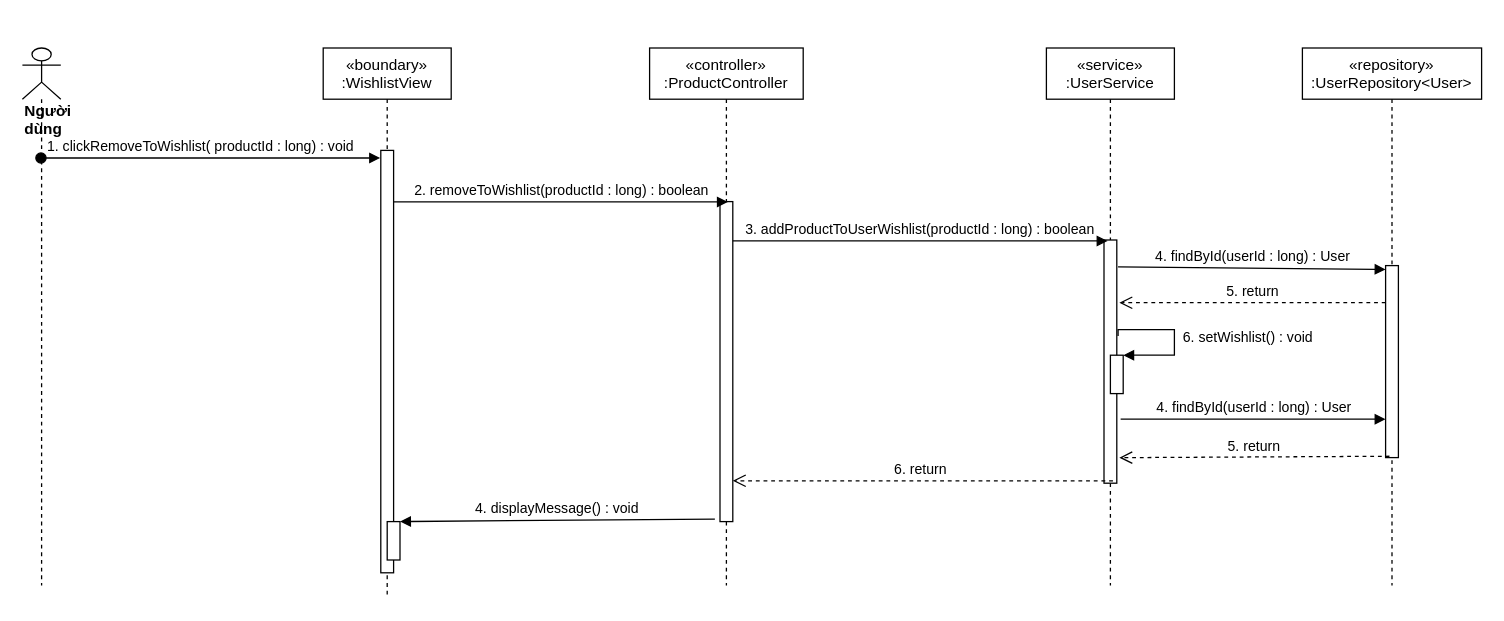
This is sequence diagram/remove-product-to-wishlist-class-diagram.drawio from nguyenphamvan/datn_20202, a draw.io file, before an edit. Source tidied: cells renumbered, new cells numbered last; positions are measured from the earlier drawing's top-left corner, leaving out a move shared by most shapes. Both pictures are drawn from the tidied source at 128%, with x=0, y=0 at pixel (22, 47).
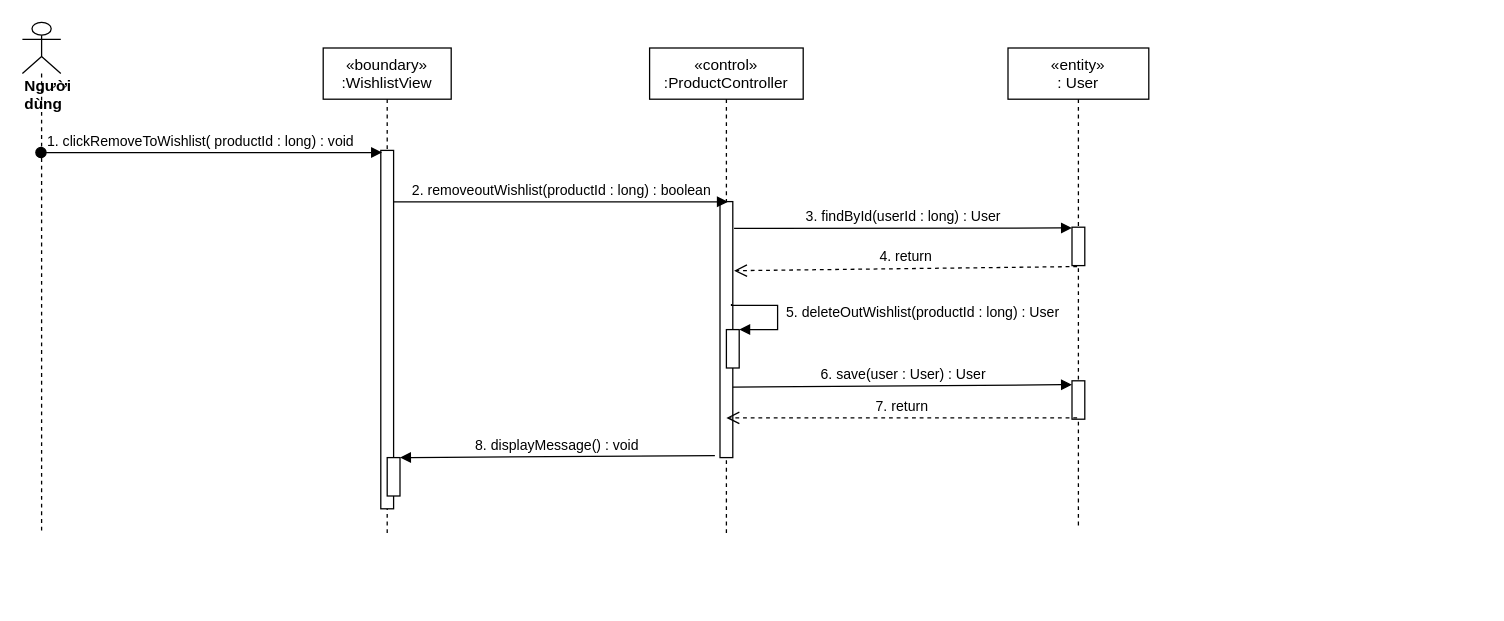
Above is the later version.

The edit, as a diff of the source:
```diff
@@
     <mxCell id="2" value="«boundary»&#10;:WishlistView" style="shape=umlLifeline;perimeter=lifelinePerimeter;rounded=0;shadow=0;strokeWidth=1;" parent="1" vertex="1">
-      <mxGeometry x="235" width="100" height="430" as="geometry" />
+      <mxGeometry x="235" width="100" height="380" as="geometry" />
     </mxCell>
     <mxCell id="3" style="points=[];perimeter=orthogonalPerimeter;rounded=0;shadow=0;strokeWidth=1;" parent="2" vertex="1">
-      <mxGeometry x="45" y="80" width="10" height="330" as="geometry" />
+      <mxGeometry x="45" y="80" width="10" height="280" as="geometry" />
     </mxCell>
     <mxCell id="4" style="html=1;points=[];perimeter=orthogonalPerimeter;" parent="2" vertex="1">
-      <mxGeometry x="50" y="370" width="10" height="30" as="geometry" />
+      <mxGeometry x="50" y="320" width="10" height="30" as="geometry" />
     </mxCell>
-    <mxCell id="5" value="«controller»&#10;:ProductController" style="shape=umlLifeline;perimeter=lifelinePerimeter;rounded=0;shadow=0;strokeWidth=1;" parent="1" vertex="1">
-      <mxGeometry x="490" width="120" height="420" as="geometry" />
+    <mxCell id="5" value="«control»&#10;:ProductController" style="shape=umlLifeline;perimeter=lifelinePerimeter;rounded=0;shadow=0;strokeWidth=1;" parent="1" vertex="1">
+      <mxGeometry x="490" width="120" height="380" as="geometry" />
     </mxCell>
     <mxCell id="6" style="points=[];perimeter=orthogonalPerimeter;rounded=0;shadow=0;strokeWidth=1;" parent="5" vertex="1">
-      <mxGeometry x="55" y="120" width="10" height="250" as="geometry" />
+      <mxGeometry x="55" y="120" width="10" height="200" as="geometry" />
     </mxCell>
     <mxCell id="7" value="&lt;div&gt;&lt;b&gt;Người dùng&lt;/b&gt;&lt;/div&gt;" style="shape=umlLifeline;participant=umlActor;perimeter=lifelinePerimeter;whiteSpace=wrap;html=1;verticalAlign=top;spacingTop=36;outlineConnect=0;align=left;" parent="1" vertex="1">
-      <mxGeometry width="30" height="420" as="geometry" />
+      <mxGeometry y="-20" width="30" height="400" as="geometry" />
     </mxCell>
-    <mxCell id="8" value="1. clickRemoveToWishlist( productId : long) : void" style="verticalAlign=bottom;startArrow=oval;endArrow=block;startSize=8;shadow=0;strokeWidth=1;entryX=-0.05;entryY=0.018;entryDx=0;entryDy=0;entryPerimeter=0;" parent="1" edge="1" source="7" target="3">
+    <mxCell id="8" value="1. clickRemoveToWishlist( productId : long) : void" style="verticalAlign=bottom;startArrow=oval;endArrow=block;startSize=8;shadow=0;strokeWidth=1;entryX=0.1;entryY=0.006;entryDx=0;entryDy=0;entryPerimeter=0;" parent="1" edge="1" source="7" target="3">
       <mxGeometry x="-0.06" relative="1" as="geometry" />
     </mxCell>
-    <mxCell id="9" value="«service»&#10;:UserService" style="shape=umlLifeline;perimeter=lifelinePerimeter;rounded=0;shadow=0;strokeWidth=1;" parent="1" vertex="1">
-      <mxGeometry x="800" width="100" height="420" as="geometry" />
-    </mxCell>
-    <mxCell id="10" style="points=[];perimeter=orthogonalPerimeter;rounded=0;shadow=0;strokeWidth=1;" parent="9" vertex="1">
-      <mxGeometry x="45" y="150" width="10" height="190" as="geometry" />
-    </mxCell>
-    <mxCell id="11" value="2. removeToWishlist(productId : long) : boolean" style="html=1;verticalAlign=bottom;endArrow=block;entryX=0.617;entryY=0.001;entryDx=0;entryDy=0;entryPerimeter=0;" parent="1" edge="1" source="3" target="6">
+    <mxCell id="11" value="2. removeoutWishlist(productId : long) : boolean" style="html=1;verticalAlign=bottom;endArrow=block;entryX=0.617;entryY=0.001;entryDx=0;entryDy=0;entryPerimeter=0;" parent="1" edge="1" source="3" target="6">
       <mxGeometry relative="1" as="geometry" />
     </mxCell>
-    <mxCell id="12" value="3. addProductToUserWishlist(productId : long) : boolean" style="html=1;verticalAlign=bottom;endArrow=block;entryX=0.283;entryY=0.004;entryDx=0;entryDy=0;entryPerimeter=0;" parent="1" edge="1" source="6" target="10">
-      <mxGeometry relative="1" as="geometry" />
-    </mxCell>
-    <mxCell id="13" value="6. return&amp;nbsp;" style="html=1;verticalAlign=bottom;endArrow=open;dashed=1;endSize=8;exitX=0.7;exitY=0.99;exitDx=0;exitDy=0;exitPerimeter=0;" parent="1" edge="1" source="10" target="6">
-      <mxGeometry relative="1" as="geometry" />
-    </mxCell>
-    <mxCell id="14" value="4. displayMessage() : void" style="verticalAlign=bottom;endArrow=block;shadow=0;strokeWidth=1;exitX=-0.4;exitY=0.992;exitDx=0;exitDy=0;exitPerimeter=0;" parent="1" edge="1" source="6" target="4">
+    <mxCell id="14" value="8. displayMessage() : void" style="verticalAlign=bottom;endArrow=block;shadow=0;strokeWidth=1;exitX=-0.4;exitY=0.992;exitDx=0;exitDy=0;exitPerimeter=0;" parent="1" edge="1" source="6" target="4">
       <mxGeometry relative="1" as="geometry" />
     </mxCell>
-    <mxCell id="15" value="«repository»&#10;:UserRepository&lt;User&gt;" style="shape=umlLifeline;perimeter=lifelinePerimeter;rounded=0;shadow=0;strokeWidth=1;" parent="1" vertex="1">
-      <mxGeometry x="1000" width="140" height="420" as="geometry" />
+    <mxCell id="15" value="«entity»&#10;: User" style="shape=umlLifeline;perimeter=lifelinePerimeter;rounded=0;shadow=0;strokeWidth=1;" parent="1" vertex="1">
+      <mxGeometry x="770" width="110" height="375" as="geometry" />
     </mxCell>
     <mxCell id="16" style="points=[];perimeter=orthogonalPerimeter;rounded=0;shadow=0;strokeWidth=1;" parent="15" vertex="1">
-      <mxGeometry x="65" y="170" width="10" height="150" as="geometry" />
+      <mxGeometry x="50" y="140" width="10" height="30" as="geometry" />
     </mxCell>
+    <mxCell id="23" style="html=1;points=[];perimeter=orthogonalPerimeter;" parent="15" vertex="1">
+      <mxGeometry x="50" y="260" width="10" height="30" as="geometry" />
+    </mxCell>
-    <mxCell id="17" value="4. findById(userId : long) : User" style="html=1;verticalAlign=bottom;endArrow=block;entryX=0;entryY=0.02;entryDx=0;entryDy=0;entryPerimeter=0;" parent="1" edge="1" target="16">
+    <mxCell id="17" value="3. findById(userId : long) : User" style="html=1;verticalAlign=bottom;endArrow=block;entryX=0;entryY=0.02;entryDx=0;entryDy=0;entryPerimeter=0;" parent="1" edge="1" target="16">
       <mxGeometry relative="1" as="geometry">
-        <mxPoint x="856" y="171" as="sourcePoint" />
+        <mxPoint x="556" y="141" as="sourcePoint" />
       </mxGeometry>
     </mxCell>
-    <mxCell id="18" value="5. return" style="html=1;verticalAlign=bottom;endArrow=open;dashed=1;endSize=8;" parent="1" edge="1" source="16">
-      <mxGeometry relative="1" as="geometry">
-        <mxPoint x="857" y="199" as="targetPoint" />
-      </mxGeometry>
+    <mxCell id="18" value="4. return" style="html=1;verticalAlign=bottom;endArrow=open;dashed=1;endSize=8;entryX=1.1;entryY=0.27;entryDx=0;entryDy=0;entryPerimeter=0;exitX=0.4;exitY=1.025;exitDx=0;exitDy=0;exitPerimeter=0;" parent="1" edge="1" source="16" target="6">
+      <mxGeometry relative="1" as="geometry" />
     </mxCell>
-    <mxCell id="19" value="4. findById(userId : long) : User" style="html=1;verticalAlign=bottom;endArrow=block;entryX=0;entryY=0.8;entryDx=0;entryDy=0;entryPerimeter=0;" parent="1" edge="1" target="16">
+    <mxCell id="19" value="6. save(user : User) : User" style="html=1;verticalAlign=bottom;endArrow=block;entryX=0;entryY=0.1;entryDx=0;entryDy=0;entryPerimeter=0;" parent="1" edge="1" target="23">
       <mxGeometry relative="1" as="geometry">
-        <mxPoint x="858" y="290" as="sourcePoint" />
+        <mxPoint x="555" y="265" as="sourcePoint" />
       </mxGeometry>
     </mxCell>
     <mxCell id="20" style="html=1;points=[];perimeter=orthogonalPerimeter;" parent="1" vertex="1">
-      <mxGeometry x="850" y="240" width="10" height="30" as="geometry" />
+      <mxGeometry x="550" y="220" width="10" height="30" as="geometry" />
     </mxCell>
-    <mxCell id="21" value="&amp;nbsp;6. setWishlist() : void" style="edgeStyle=orthogonalEdgeStyle;html=1;align=left;spacingLeft=2;endArrow=block;rounded=0;entryX=1;entryY=0;exitX=1.1;exitY=0.395;exitDx=0;exitDy=0;exitPerimeter=0;" parent="1" edge="1" source="10" target="20">
+    <mxCell id="21" value="&amp;nbsp;5. deleteOutWishlist(productId : long) : User" style="edgeStyle=orthogonalEdgeStyle;html=1;align=left;spacingLeft=2;endArrow=block;rounded=0;entryX=1;entryY=0;exitX=0.9;exitY=0.4;exitDx=0;exitDy=0;exitPerimeter=0;" parent="1" edge="1" source="6" target="20">
       <mxGeometry relative="1" as="geometry">
         <Array as="points">
-          <mxPoint x="856" y="220" />
-          <mxPoint x="900" y="220" />
-          <mxPoint x="900" y="240" />
+          <mxPoint x="554" y="201" />
+          <mxPoint x="590" y="201" />
+          <mxPoint x="590" y="220" />
         </Array>
       </mxGeometry>
     </mxCell>
-    <mxCell id="22" value="5. return" style="html=1;verticalAlign=bottom;endArrow=open;dashed=1;endSize=8;exitX=0.3;exitY=0.993;exitDx=0;exitDy=0;exitPerimeter=0;entryX=1.2;entryY=0.895;entryDx=0;entryDy=0;entryPerimeter=0;" parent="1" edge="1" source="16" target="10">
-      <mxGeometry relative="1" as="geometry" />
+    <mxCell id="22" value="7. return" style="html=1;verticalAlign=bottom;endArrow=open;dashed=1;endSize=8;exitX=0.4;exitY=0.967;exitDx=0;exitDy=0;exitPerimeter=0;" parent="1" edge="1" source="23">
+      <mxGeometry relative="1" as="geometry">
+        <mxPoint x="550" y="289" as="targetPoint" />
+      </mxGeometry>
     </mxCell>
```
